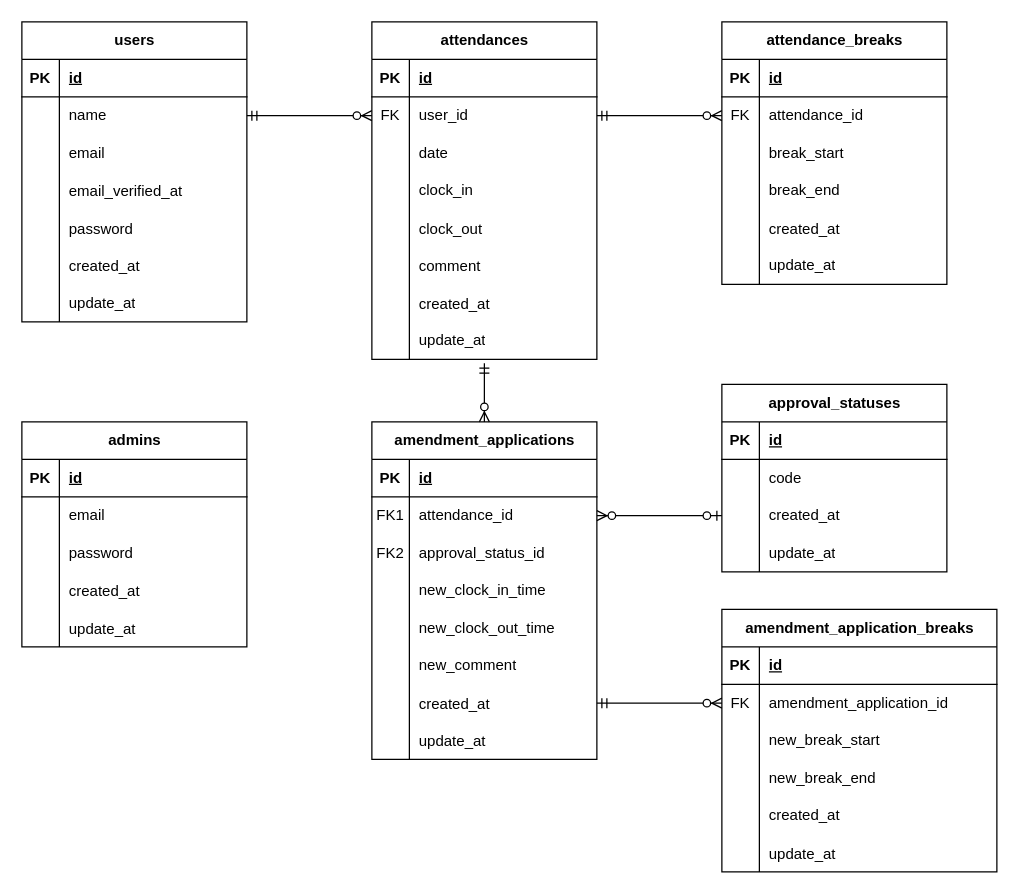
Earlier version of the draw.io diagram docs/er-diagram.drawio (fujiwara-k0814/second-mock-project). Source tidied: cells renumbered, new cells numbered last; positions are measured from the earlier drawing's top-left corner, leaving out a move shared by most shapes. Both pictures are drawn from the tidied source at 125%, with x=0, y=0 at pixel (21, 21).
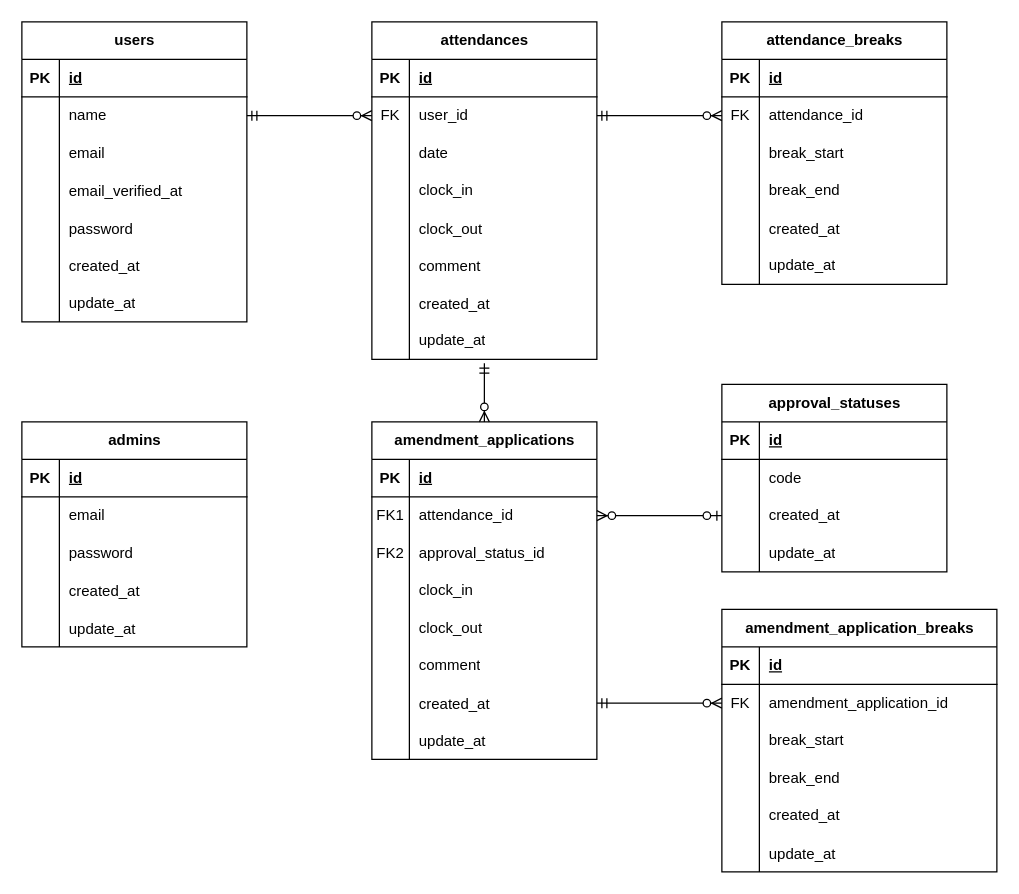
After the change.

Unchanged cells that the change refers to:
```xml
<mxCell id="110" style="shape=tableRow;horizontal=0;startSize=0;swimlaneHead=0;swimlaneBody=0;fillColor=none;top=0;left=0;right=0;bottom=0;" parent="100" vertex="1">
  <mxGeometry y="120" width="180" height="30" as="geometry" />
</mxCell>
<mxCell id="113" style="shape=tableRow;horizontal=0;startSize=0;swimlaneHead=0;swimlaneBody=0;fillColor=none;top=0;left=0;right=0;bottom=0;" parent="100" vertex="1">
  <mxGeometry y="150" width="180" height="30" as="geometry" />
</mxCell>
<mxCell id="116" style="shape=tableRow;horizontal=0;startSize=0;swimlaneHead=0;swimlaneBody=0;fillColor=none;top=0;left=0;right=0;bottom=0;" parent="100" vertex="1">
  <mxGeometry y="180" width="180" height="30" as="geometry" />
</mxCell>
<mxCell id="132" style="shape=tableRow;horizontal=0;startSize=0;swimlaneHead=0;swimlaneBody=0;fillColor=none;top=0;left=0;right=0;bottom=0;" parent="125" vertex="1">
  <mxGeometry y="90" width="220" height="30" as="geometry" />
</mxCell>
<mxCell id="135" style="shape=tableRow;horizontal=0;startSize=0;swimlaneHead=0;swimlaneBody=0;fillColor=none;top=0;left=0;right=0;bottom=0;" parent="125" vertex="1">
  <mxGeometry y="120" width="220" height="30" as="geometry" />
</mxCell>
```

Change to the diagram source:
```diff
@@
-    <mxCell id="112" value="&lt;span style=&quot;color: rgb(0, 0, 0);&quot;&gt;new_clock_in_time&lt;/span&gt;" style="shape=partialRectangle;fillColor=none;top=0;left=0;bottom=0;right=0;align=left;spacingLeft=6;overflow=hidden;whiteSpace=wrap;html=1;" parent="110" vertex="1">
+    <mxCell id="112" value="&lt;span style=&quot;color: rgb(0, 0, 0);&quot;&gt;clock_in&lt;/span&gt;" style="shape=partialRectangle;fillColor=none;top=0;left=0;bottom=0;right=0;align=left;spacingLeft=6;overflow=hidden;whiteSpace=wrap;html=1;" parent="110" vertex="1">
       <mxGeometry x="30" width="150" height="30" as="geometry" />
     </mxCell>
@@
-    <mxCell id="115" value="&lt;span style=&quot;color: rgb(0, 0, 0); text-wrap-mode: nowrap;&quot;&gt;new_clock_out_time&lt;/span&gt;" style="shape=partialRectangle;fillColor=none;top=0;left=0;bottom=0;right=0;align=left;spacingLeft=6;overflow=hidden;whiteSpace=wrap;html=1;" parent="113" vertex="1">
+    <mxCell id="115" value="&lt;span style=&quot;color: rgb(0, 0, 0); text-wrap-mode: nowrap;&quot;&gt;clock_out&lt;/span&gt;" style="shape=partialRectangle;fillColor=none;top=0;left=0;bottom=0;right=0;align=left;spacingLeft=6;overflow=hidden;whiteSpace=wrap;html=1;" parent="113" vertex="1">
       <mxGeometry x="30" width="150" height="30" as="geometry" />
     </mxCell>
@@
-    <mxCell id="118" value="&lt;span style=&quot;color: rgb(0, 0, 0); text-wrap-mode: nowrap;&quot;&gt;new_comment&lt;/span&gt;" style="shape=partialRectangle;fillColor=none;top=0;left=0;bottom=0;right=0;align=left;spacingLeft=6;overflow=hidden;whiteSpace=wrap;html=1;" parent="116" vertex="1">
+    <mxCell id="118" value="&lt;span style=&quot;color: rgb(0, 0, 0); text-wrap-mode: nowrap;&quot;&gt;comment&lt;/span&gt;" style="shape=partialRectangle;fillColor=none;top=0;left=0;bottom=0;right=0;align=left;spacingLeft=6;overflow=hidden;whiteSpace=wrap;html=1;" parent="116" vertex="1">
       <mxGeometry x="30" width="150" height="30" as="geometry" />
     </mxCell>
@@
-    <mxCell id="134" value="new_break_start" style="shape=partialRectangle;fillColor=none;top=0;left=0;bottom=0;right=0;align=left;spacingLeft=6;overflow=hidden;whiteSpace=wrap;html=1;" parent="132" vertex="1">
+    <mxCell id="134" value="break_start" style="shape=partialRectangle;fillColor=none;top=0;left=0;bottom=0;right=0;align=left;spacingLeft=6;overflow=hidden;whiteSpace=wrap;html=1;" parent="132" vertex="1">
       <mxGeometry x="30" width="190" height="30" as="geometry" />
     </mxCell>
@@
-    <mxCell id="137" value="new_break_end" style="shape=partialRectangle;fillColor=none;top=0;left=0;bottom=0;right=0;align=left;spacingLeft=6;overflow=hidden;whiteSpace=wrap;html=1;" parent="135" vertex="1">
+    <mxCell id="137" value="break_end" style="shape=partialRectangle;fillColor=none;top=0;left=0;bottom=0;right=0;align=left;spacingLeft=6;overflow=hidden;whiteSpace=wrap;html=1;" parent="135" vertex="1">
       <mxGeometry x="30" width="190" height="30" as="geometry" />
     </mxCell>
```
